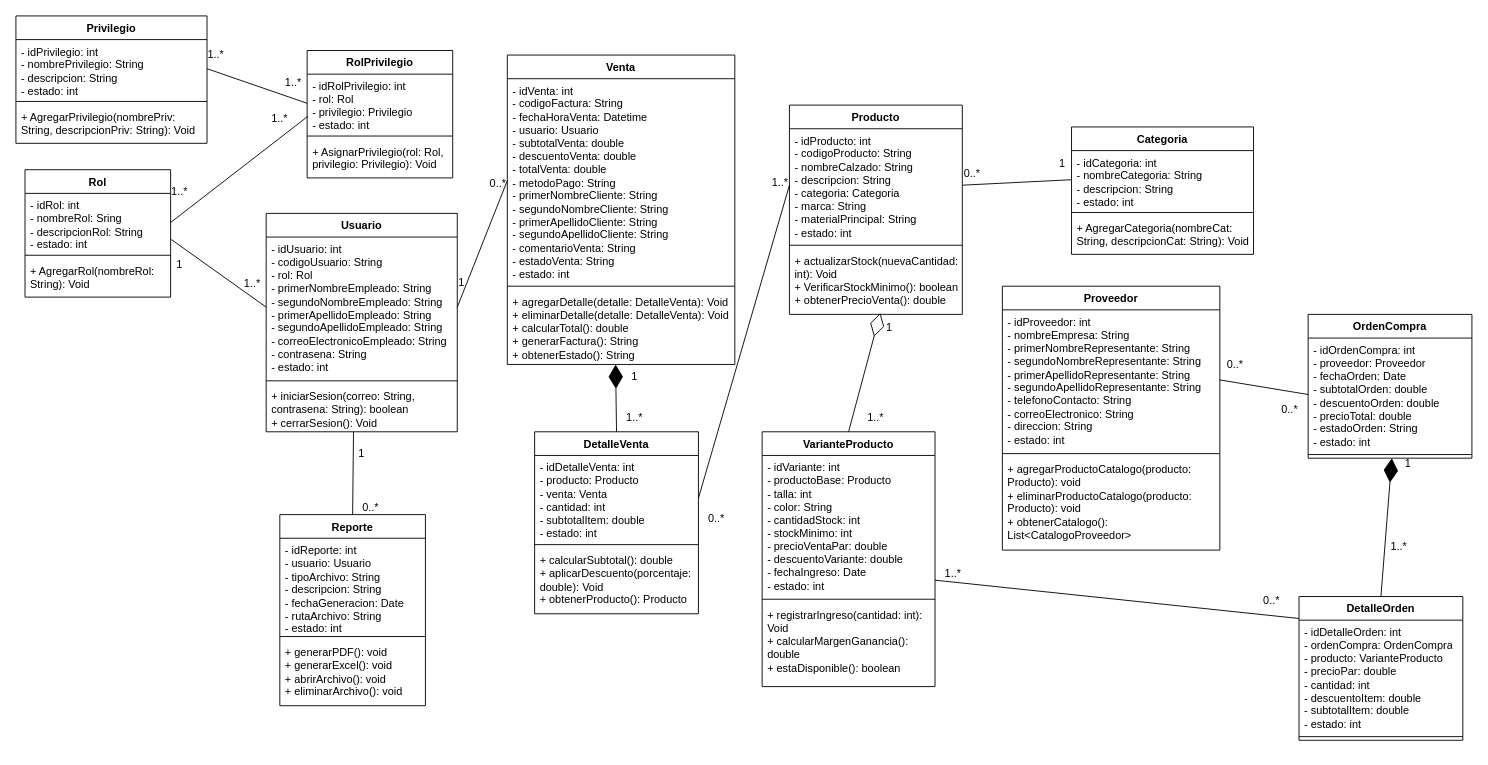
Before: Diagramas/UML/Archivos editables/Diagrama_de_Clases_Zapstock.drawio in Thesub77/sistema-inventario-zapateria-zapstock, a draw.io diagram. Source tidied: cells renumbered, new cells numbered last; positions are measured from the earlier drawing's top-left corner, leaving out a move shared by most shapes. Both pictures are drawn from the tidied source at 91%, with x=0, y=0 at pixel (15, 15).
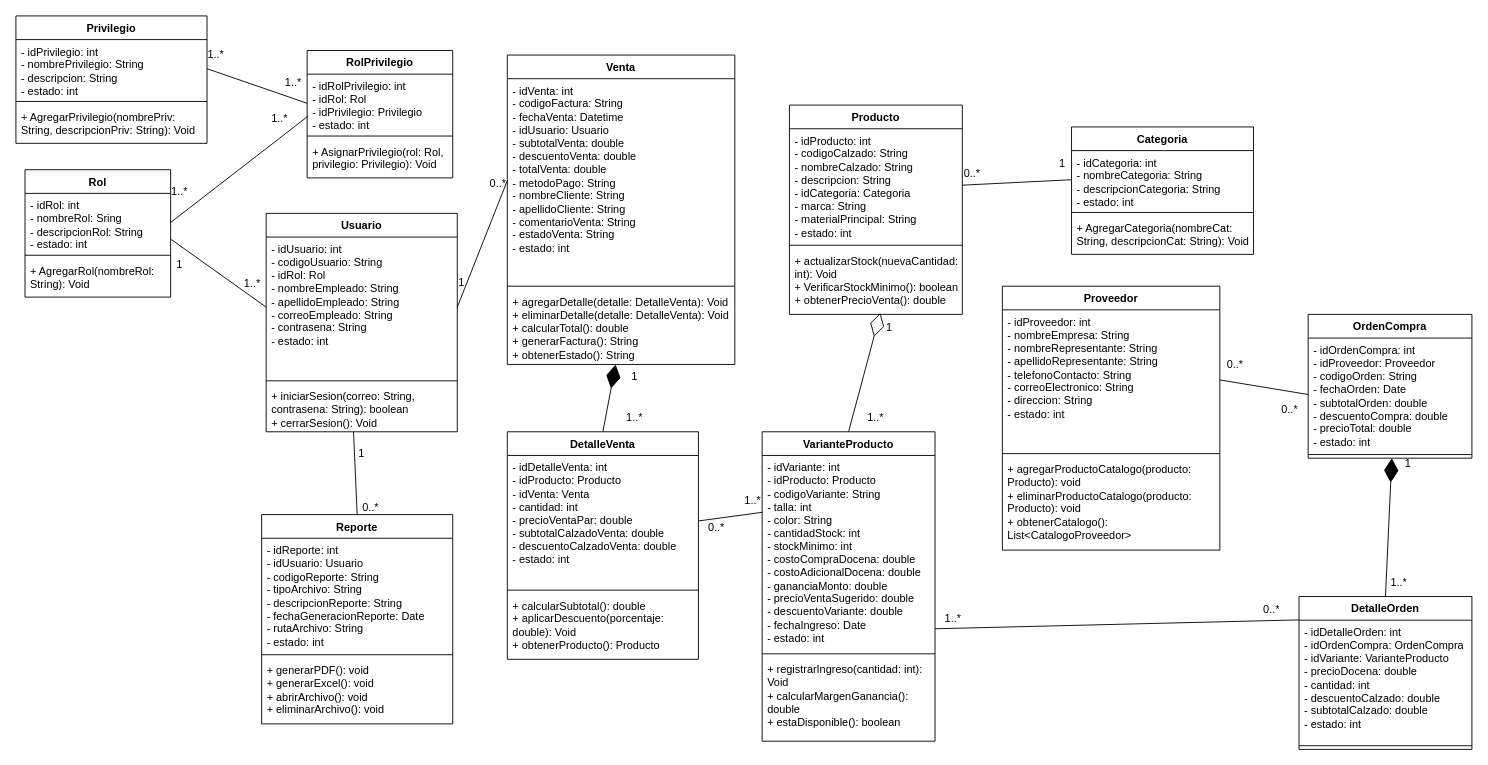
Above is the later version.

Commit message:
refactor(diagrama de clases): Se modificaron los nombres de los atributos para que coincidan con los puestos en las clases del sistema y el modelo ER

The change refers to these unchanged cells:
```xml
<mxCell id="2" value="Producto" style="swimlane;fontStyle=1;align=center;verticalAlign=top;horizontal=1;startSize=26;whiteSpace=wrap;html=1;" parent="1" vertex="1">
  <mxGeometry x="850" y="98" width="190" height="230" as="geometry" />
</mxCell>
<mxCell id="6" value="Categoria" style="swimlane;fontStyle=1;align=center;verticalAlign=top;horizontal=1;startSize=26;whiteSpace=wrap;html=1;" parent="1" vertex="1">
  <mxGeometry x="1160" y="122" width="200" height="140" as="geometry" />
</mxCell>
<mxCell id="13" value="OrdenCompra" style="swimlane;fontStyle=1;align=center;verticalAlign=top;horizontal=1;startSize=26;whiteSpace=wrap;html=1;" parent="1" vertex="1">
  <mxGeometry x="1420" y="328" width="180" height="158" as="geometry" />
</mxCell>
<mxCell id="20" value="Proveedor" style="swimlane;fontStyle=1;align=center;verticalAlign=top;horizontal=1;startSize=26;whiteSpace=wrap;html=1;" parent="1" vertex="1">
  <mxGeometry x="1084" y="297" width="239" height="290" as="geometry" />
</mxCell>
<mxCell id="24" value="Usuario" style="swimlane;fontStyle=1;align=center;verticalAlign=top;horizontal=1;startSize=26;whiteSpace=wrap;html=1;" parent="1" vertex="1">
  <mxGeometry x="275" y="217" width="210" height="240" as="geometry" />
</mxCell>
<mxCell id="32" value="Venta" style="swimlane;fontStyle=1;align=center;verticalAlign=top;horizontal=1;startSize=26;whiteSpace=wrap;html=1;" parent="1" vertex="1">
  <mxGeometry x="540" y="43" width="250" height="340" as="geometry" />
</mxCell>
<mxCell id="48" value="RolPrivilegio" style="swimlane;fontStyle=1;align=center;verticalAlign=top;horizontal=1;startSize=26;whiteSpace=wrap;html=1;" parent="1" vertex="1">
  <mxGeometry x="320" y="38" width="160" height="140" as="geometry" />
</mxCell>
```

The edit, as a diff of the source:
```diff
@@
-    <mxCell id="3" value="&lt;div&gt;- idProducto: int&lt;/div&gt;- codigoProducto: String&lt;div&gt;- nombreCalzado: String&lt;/div&gt;&lt;div&gt;- descripcion: String&lt;/div&gt;&lt;div&gt;- categoria: Categoria&lt;/div&gt;&lt;div&gt;- marca: String&lt;/div&gt;&lt;div&gt;- materialPrincipal: String&lt;/div&gt;&lt;div&gt;- estado: int&lt;/div&gt;" style="text;strokeColor=none;fillColor=none;align=left;verticalAlign=top;spacingLeft=4;spacingRight=4;overflow=hidden;points=[[0,0.5],[1,0.5]];portConstraint=eastwest;whiteSpace=wrap;html=1;" parent="2" vertex="1">
+    <mxCell id="3" value="&lt;div&gt;- idProducto: int&lt;/div&gt;- codigoCalzado: String&lt;div&gt;- nombreCalzado: String&lt;/div&gt;&lt;div&gt;- descripcion: String&lt;/div&gt;&lt;div&gt;- idCategoria: Categoria&lt;/div&gt;&lt;div&gt;- marca: String&lt;/div&gt;&lt;div&gt;- materialPrincipal: String&lt;/div&gt;&lt;div&gt;- estado: int&lt;/div&gt;" style="text;strokeColor=none;fillColor=none;align=left;verticalAlign=top;spacingLeft=4;spacingRight=4;overflow=hidden;points=[[0,0.5],[1,0.5]];portConstraint=eastwest;whiteSpace=wrap;html=1;" parent="2" vertex="1">
       <mxGeometry y="26" width="190" height="124" as="geometry" />
     </mxCell>
@@
-    <mxCell id="7" value="&lt;div&gt;- idCategoria: int&lt;/div&gt;&lt;div&gt;- nombreCategoria: String&lt;/div&gt;&lt;div&gt;- descripcion: String&lt;/div&gt;&lt;div&gt;- estado: int&lt;/div&gt;" style="text;strokeColor=none;fillColor=none;align=left;verticalAlign=top;spacingLeft=4;spacingRight=4;overflow=hidden;points=[[0,0.5],[1,0.5]];portConstraint=eastwest;whiteSpace=wrap;html=1;" parent="6" vertex="1">
+    <mxCell id="7" value="&lt;div&gt;- idCategoria: int&lt;/div&gt;&lt;div&gt;- nombreCategoria: String&lt;/div&gt;&lt;div&gt;- descripcionCategoria: String&lt;/div&gt;&lt;div&gt;- estado: int&lt;/div&gt;" style="text;strokeColor=none;fillColor=none;align=left;verticalAlign=top;spacingLeft=4;spacingRight=4;overflow=hidden;points=[[0,0.5],[1,0.5]];portConstraint=eastwest;whiteSpace=wrap;html=1;" parent="6" vertex="1">
       <mxGeometry y="26" width="200" height="64" as="geometry" />
     </mxCell>
@@
     <mxCell id="10" value="DetalleOrden" style="swimlane;fontStyle=1;align=center;verticalAlign=top;horizontal=1;startSize=26;whiteSpace=wrap;html=1;" parent="1" vertex="1">
-      <mxGeometry x="1410" y="638" width="180" height="158" as="geometry" />
+      <mxGeometry x="1410" y="638" width="190" height="168" as="geometry" />
     </mxCell>
-    <mxCell id="11" value="- idDetalleOrden: int&lt;div&gt;- ordenCompra: OrdenCompra&lt;br&gt;&lt;div&gt;- producto: VarianteProducto&lt;/div&gt;&lt;div&gt;- precioPar: double&lt;/div&gt;&lt;div&gt;- cantidad: int&lt;/div&gt;&lt;div&gt;- descuentoItem: double&lt;/div&gt;&lt;/div&gt;&lt;div&gt;- subtotalItem: double&lt;/div&gt;&lt;div&gt;- estado: int&lt;/div&gt;" style="text;strokeColor=none;fillColor=none;align=left;verticalAlign=top;spacingLeft=4;spacingRight=4;overflow=hidden;whiteSpace=wrap;html=1;" parent="10" vertex="1">
-      <mxGeometry y="26" width="180" height="124" as="geometry" />
+    <mxCell id="11" value="- idDetalleOrden: int&lt;div&gt;- idOrdenCompra: OrdenCompra&lt;br&gt;&lt;div&gt;- idVariante: VarianteProducto&lt;/div&gt;&lt;div&gt;- precioDocena: double&lt;/div&gt;&lt;div&gt;- cantidad: int&lt;/div&gt;&lt;div&gt;- descuentoCalzado: double&lt;/div&gt;&lt;/div&gt;&lt;div&gt;- subtotalCalzado: double&lt;/div&gt;&lt;div&gt;- estado: int&lt;/div&gt;" style="text;strokeColor=none;fillColor=none;align=left;verticalAlign=top;spacingLeft=4;spacingRight=4;overflow=hidden;whiteSpace=wrap;html=1;" parent="10" vertex="1">
+      <mxGeometry y="26" width="190" height="134" as="geometry" />
     </mxCell>
     <mxCell id="12" style="line;strokeWidth=1;fillColor=none;align=left;verticalAlign=middle;spacingTop=-1;spacingLeft=3;spacingRight=3;labelPosition=right;strokeColor=inherit;" parent="10" vertex="1">
-      <mxGeometry y="150" width="180" height="8" as="geometry" />
+      <mxGeometry y="160" width="190" height="8" as="geometry" />
     </mxCell>
@@
-    <mxCell id="14" value="&lt;div&gt;- idOrdenCompra: int&lt;/div&gt;&lt;div&gt;- proveedor: Proveedor&lt;/div&gt;&lt;div&gt;- fechaOrden: Date&lt;/div&gt;&lt;div&gt;- subtotalOrden: double&lt;/div&gt;&lt;div&gt;- descuentoOrden: double&lt;/div&gt;&lt;div&gt;- precioTotal: double&lt;/div&gt;&lt;div&gt;- estadoOrden: String&lt;/div&gt;&lt;div&gt;- estado: int&lt;/div&gt;" style="text;strokeColor=none;fillColor=none;align=left;verticalAlign=top;spacingLeft=4;spacingRight=4;overflow=hidden;points=[[0,0.5],[1,0.5]];portConstraint=eastwest;whiteSpace=wrap;html=1;" parent="13" vertex="1">
+    <mxCell id="14" value="&lt;div&gt;- idOrdenCompra: int&lt;/div&gt;&lt;div&gt;- idProveedor: Proveedor&lt;/div&gt;&lt;div&gt;- codigoOrden: String&lt;/div&gt;&lt;div&gt;- fechaOrden: Date&lt;/div&gt;&lt;div&gt;- subtotalOrden: double&lt;/div&gt;&lt;div&gt;- descuentoCompra: double&lt;/div&gt;&lt;div&gt;- precioTotal: double&lt;/div&gt;&lt;div&gt;- estado: int&lt;/div&gt;" style="text;strokeColor=none;fillColor=none;align=left;verticalAlign=top;spacingLeft=4;spacingRight=4;overflow=hidden;points=[[0,0.5],[1,0.5]];portConstraint=eastwest;whiteSpace=wrap;html=1;" parent="13" vertex="1">
       <mxGeometry y="26" width="180" height="124" as="geometry" />
     </mxCell>
@@
-    <mxCell id="21" value="&lt;div&gt;- idProveedor: int&lt;/div&gt;&lt;div&gt;- nombreEmpresa: String&lt;/div&gt;&lt;div&gt;- primerNombreRepresentante: String&lt;/div&gt;&lt;div&gt;- segundoNombreRepresentante: String&lt;/div&gt;&lt;div&gt;- primerApellidoRepresentante: String&lt;/div&gt;&lt;div&gt;- segundoApellidoRepresentante: String&lt;/div&gt;&lt;div&gt;- telefonoContacto: String&lt;/div&gt;&lt;div&gt;- correoElectronico: String&lt;/div&gt;&lt;div&gt;- direccion: String&lt;/div&gt;&lt;div&gt;&lt;span style=&quot;background-color: transparent; color: light-dark(rgb(0, 0, 0), rgb(255, 255, 255));&quot;&gt;- estado: int&lt;/span&gt;&lt;/div&gt;" style="text;strokeColor=none;fillColor=none;align=left;verticalAlign=top;spacingLeft=4;spacingRight=4;overflow=hidden;points=[[0,0.5],[1,0.5]];portConstraint=eastwest;whiteSpace=wrap;html=1;" parent="20" vertex="1">
+    <mxCell id="21" value="&lt;div&gt;- idProveedor: int&lt;/div&gt;&lt;div&gt;- nombreEmpresa: String&lt;/div&gt;&lt;div&gt;- nombreRepresentante: String&lt;/div&gt;&lt;div&gt;- apellidoRepresentante: String&lt;/div&gt;&lt;div&gt;- telefonoContacto: String&lt;/div&gt;&lt;div&gt;- correoElectronico: String&lt;/div&gt;&lt;div&gt;- direccion: String&lt;/div&gt;&lt;div&gt;&lt;span style=&quot;background-color: transparent; color: light-dark(rgb(0, 0, 0), rgb(255, 255, 255));&quot;&gt;- estado: int&lt;/span&gt;&lt;/div&gt;" style="text;strokeColor=none;fillColor=none;align=left;verticalAlign=top;spacingLeft=4;spacingRight=4;overflow=hidden;points=[[0,0.5],[1,0.5]];portConstraint=eastwest;whiteSpace=wrap;html=1;" parent="20" vertex="1">
       <mxGeometry y="26" width="239" height="154" as="geometry" />
     </mxCell>
@@
-    <mxCell id="25" value="&lt;div&gt;- idUsuario: int&lt;/div&gt;- codigoUsuario: String&lt;div&gt;- rol: Rol&lt;br&gt;&lt;div&gt;- primerNombreEmpleado: String&lt;/div&gt;&lt;div&gt;- segundoNombreEmpleado: String&lt;/div&gt;&lt;div&gt;- primerApellidoEmpleado: String&lt;/div&gt;&lt;div&gt;- segundoApellidoEmpleado: String&lt;/div&gt;&lt;div&gt;- correoElectronicoEmpleado: String&lt;/div&gt;&lt;div&gt;- contrasena: String&lt;/div&gt;&lt;/div&gt;&lt;div&gt;- estado: int&lt;/div&gt;" style="text;strokeColor=none;fillColor=none;align=left;verticalAlign=top;spacingLeft=4;spacingRight=4;overflow=hidden;points=[[0,0.5],[1,0.5]];portConstraint=eastwest;whiteSpace=wrap;html=1;" parent="24" vertex="1">
+    <mxCell id="25" value="&lt;div&gt;- idUsuario: int&lt;/div&gt;- codigoUsuario: String&lt;div&gt;- idRol: Rol&lt;br&gt;&lt;div&gt;- nombreEmpleado: String&lt;/div&gt;&lt;div&gt;- apellidoEmpleado: String&lt;/div&gt;&lt;div&gt;- correoEmpleado: String&lt;/div&gt;&lt;div&gt;- contrasena: String&lt;/div&gt;&lt;/div&gt;&lt;div&gt;- estado: int&lt;/div&gt;" style="text;strokeColor=none;fillColor=none;align=left;verticalAlign=top;spacingLeft=4;spacingRight=4;overflow=hidden;points=[[0,0.5],[1,0.5]];portConstraint=eastwest;whiteSpace=wrap;html=1;" parent="24" vertex="1">
       <mxGeometry y="26" width="210" height="154" as="geometry" />
     </mxCell>
@@
     <mxCell id="28" value="DetalleVenta" style="swimlane;fontStyle=1;align=center;verticalAlign=top;horizontal=1;startSize=26;whiteSpace=wrap;html=1;" parent="1" vertex="1">
-      <mxGeometry x="570" y="457" width="180" height="200" as="geometry" />
+      <mxGeometry x="540" y="457" width="210" height="250" as="geometry" />
     </mxCell>
-    <mxCell id="29" value="- idDetalleVenta: int&lt;div&gt;- producto: Producto&lt;/div&gt;&lt;div&gt;- venta: Venta&lt;/div&gt;&lt;div&gt;- cantidad: int&lt;/div&gt;&lt;div&gt;- subtotalItem: double&lt;/div&gt;&lt;div&gt;- estado: int&lt;/div&gt;" style="text;strokeColor=none;fillColor=none;align=left;verticalAlign=top;spacingLeft=4;spacingRight=4;overflow=hidden;points=[[0,0.5],[1,0.5]];portConstraint=eastwest;whiteSpace=wrap;html=1;" parent="28" vertex="1">
-      <mxGeometry y="26" width="180" height="94" as="geometry" />
+    <mxCell id="29" value="- idDetalleVenta: int&lt;div&gt;- idProducto: Producto&lt;/div&gt;&lt;div&gt;- idVenta: Venta&lt;/div&gt;&lt;div&gt;- cantidad: int&lt;/div&gt;&lt;div&gt;- precioVentaPar: double&lt;/div&gt;&lt;div&gt;- subtotalCalzadoVenta: double&lt;/div&gt;&lt;div&gt;- descuentoCalzadoVenta: double&lt;/div&gt;&lt;div&gt;- estado: int&lt;/div&gt;" style="text;strokeColor=none;fillColor=none;align=left;verticalAlign=top;spacingLeft=4;spacingRight=4;overflow=hidden;points=[[0,0.5],[1,0.5]];portConstraint=eastwest;whiteSpace=wrap;html=1;" parent="28" vertex="1">
+      <mxGeometry y="26" width="210" height="144" as="geometry" />
     </mxCell>
     <mxCell id="30" style="line;strokeWidth=1;fillColor=none;align=left;verticalAlign=middle;spacingTop=-1;spacingLeft=3;spacingRight=3;labelPosition=right;strokeColor=inherit;" parent="28" vertex="1">
-      <mxGeometry y="120" width="180" height="8" as="geometry" />
+      <mxGeometry y="170" width="210" height="8" as="geometry" />
     </mxCell>
     <mxCell id="31" value="+ calcularSubtotal(): double&lt;div&gt;&lt;div&gt;+ aplicarDescuento(porcentaje: double): Void&lt;/div&gt;&lt;div&gt;+ obtenerProducto(): Producto&lt;/div&gt;&lt;/div&gt;" style="text;strokeColor=none;fillColor=none;align=left;verticalAlign=top;spacingLeft=4;spacingRight=4;overflow=hidden;whiteSpace=wrap;html=1;" parent="28" vertex="1">
-      <mxGeometry y="128" width="180" height="72" as="geometry" />
+      <mxGeometry y="178" width="210" height="72" as="geometry" />
     </mxCell>
@@
-    <mxCell id="33" value="&lt;div&gt;- idVenta: int&lt;/div&gt;- codigoFactura: String&lt;div&gt;&lt;div&gt;- fechaHoraVenta: Datetime&lt;/div&gt;&lt;div&gt;- usuario: Usuario&lt;/div&gt;&lt;div&gt;- subtotalVenta: double&lt;/div&gt;&lt;div&gt;- descuentoVenta: double&lt;/div&gt;&lt;div&gt;- totalVenta: double&lt;/div&gt;&lt;div&gt;- metodoPago: String&lt;/div&gt;&lt;div&gt;- primerNombreCliente: String&lt;/div&gt;&lt;div&gt;- segundoNombreCliente: String&lt;/div&gt;&lt;div&gt;- primerApellidoCliente: String&lt;/div&gt;&lt;div&gt;- segundoApellidoCliente: String&lt;/div&gt;&lt;div&gt;- comentarioVenta: String&lt;/div&gt;&lt;div&gt;- estadoVenta: String&lt;/div&gt;&lt;div&gt;- estado: int&lt;/div&gt;&lt;/div&gt;" style="text;strokeColor=none;fillColor=none;align=left;verticalAlign=top;spacingLeft=4;spacingRight=4;overflow=hidden;points=[[0,0.5],[1,0.5]];portConstraint=eastwest;whiteSpace=wrap;html=1;" parent="32" vertex="1">
+    <mxCell id="33" value="&lt;div&gt;- idVenta: int&lt;/div&gt;- codigoFactura: String&lt;div&gt;&lt;div&gt;- fechaVenta: Datetime&lt;/div&gt;&lt;div&gt;- idUsuario: Usuario&lt;/div&gt;&lt;div&gt;- subtotalVenta: double&lt;/div&gt;&lt;div&gt;- descuentoVenta: double&lt;/div&gt;&lt;div&gt;- totalVenta: double&lt;/div&gt;&lt;div&gt;- metodoPago: String&lt;/div&gt;&lt;div&gt;- nombreCliente: String&lt;/div&gt;&lt;div&gt;- apellidoCliente: String&lt;/div&gt;&lt;div&gt;- comentarioVenta: String&lt;/div&gt;&lt;div&gt;- estadoVenta: String&lt;/div&gt;&lt;div&gt;- estado: int&lt;/div&gt;&lt;/div&gt;" style="text;strokeColor=none;fillColor=none;align=left;verticalAlign=top;spacingLeft=4;spacingRight=4;overflow=hidden;points=[[0,0.5],[1,0.5]];portConstraint=eastwest;whiteSpace=wrap;html=1;" parent="32" vertex="1">
       <mxGeometry y="26" width="250" height="224" as="geometry" />
     </mxCell>
@@
     <mxCell id="36" value="Reporte" style="swimlane;fontStyle=1;align=center;verticalAlign=top;horizontal=1;startSize=26;whiteSpace=wrap;html=1;" parent="1" vertex="1">
-      <mxGeometry x="290" y="548" width="160" height="210" as="geometry" />
+      <mxGeometry x="270" y="548" width="210" height="230" as="geometry" />
     </mxCell>
-    <mxCell id="37" value="- idReporte: int&lt;div&gt;- usuario: Usuario&lt;br&gt;&lt;div&gt;- tipoArchivo: String&lt;/div&gt;&lt;div&gt;- descripcion: String&lt;/div&gt;&lt;div&gt;- fechaGeneracion: Date&lt;/div&gt;&lt;div&gt;- rutaArchivo: String&lt;/div&gt;&lt;/div&gt;&lt;div&gt;- estado: int&lt;/div&gt;" style="text;strokeColor=none;fillColor=none;align=left;verticalAlign=top;spacingLeft=4;spacingRight=4;overflow=hidden;whiteSpace=wrap;html=1;" parent="36" vertex="1">
-      <mxGeometry y="26" width="160" height="104" as="geometry" />
+    <mxCell id="37" value="- idReporte: int&lt;div&gt;- idUsuario: Usuario&lt;/div&gt;&lt;div&gt;- codigoReporte: String&lt;br&gt;&lt;div&gt;- tipoArchivo: String&lt;/div&gt;&lt;div&gt;- descripcionReporte: String&lt;/div&gt;&lt;div&gt;- fechaGeneracionReporte: Date&lt;/div&gt;&lt;div&gt;- rutaArchivo: String&lt;/div&gt;&lt;/div&gt;&lt;div&gt;- estado: int&lt;/div&gt;" style="text;strokeColor=none;fillColor=none;align=left;verticalAlign=top;spacingLeft=4;spacingRight=4;overflow=hidden;whiteSpace=wrap;html=1;" parent="36" vertex="1">
+      <mxGeometry y="26" width="210" height="124" as="geometry" />
     </mxCell>
     <mxCell id="38" style="line;strokeWidth=1;fillColor=none;align=left;verticalAlign=middle;spacingTop=-1;spacingLeft=3;spacingRight=3;labelPosition=right;strokeColor=inherit;" parent="36" vertex="1">
-      <mxGeometry y="130" width="160" height="8" as="geometry" />
+      <mxGeometry y="150" width="210" height="8" as="geometry" />
     </mxCell>
     <mxCell id="39" value="&lt;div&gt;+ generarPDF(): void&lt;/div&gt;&lt;div&gt;+ generarExcel(): void&lt;/div&gt;&lt;div&gt;+ abrirArchivo(): void&lt;/div&gt;&lt;div&gt;+ eliminarArchivo(): void&lt;/div&gt;" style="text;strokeColor=none;fillColor=none;align=left;verticalAlign=top;spacingLeft=4;spacingRight=4;overflow=hidden;whiteSpace=wrap;html=1;" parent="36" vertex="1">
-      <mxGeometry y="138" width="160" height="72" as="geometry" />
+      <mxGeometry y="158" width="210" height="72" as="geometry" />
     </mxCell>
@@
     <mxCell id="44" value="VarianteProducto" style="swimlane;fontStyle=1;align=center;verticalAlign=top;horizontal=1;startSize=26;whiteSpace=wrap;html=1;" parent="1" vertex="1">
-      <mxGeometry x="820" y="457" width="190" height="280" as="geometry" />
+      <mxGeometry x="820" y="457" width="190" height="340" as="geometry" />
     </mxCell>
-    <mxCell id="45" value="- idVariante: int&lt;div&gt;- productoBase: Producto&lt;/div&gt;&lt;div&gt;&lt;div&gt;- talla: int&lt;/div&gt;&lt;div&gt;- color: String&lt;/div&gt;&lt;div&gt;- cantidadStock: int&lt;/div&gt;&lt;div&gt;- stockMinimo: int&lt;/div&gt;&lt;div&gt;- precioVentaPar: double&lt;/div&gt;&lt;div&gt;- descuentoVariante: double&lt;/div&gt;&lt;div&gt;- fechaIngreso: Date&lt;/div&gt;&lt;div&gt;- estado: int&lt;/div&gt;&lt;/div&gt;" style="text;strokeColor=none;fillColor=none;align=left;verticalAlign=top;spacingLeft=4;spacingRight=4;overflow=hidden;points=[[0,0.5],[1,0.5]];portConstraint=eastwest;whiteSpace=wrap;html=1;" parent="44" vertex="1">
-      <mxGeometry y="26" width="190" height="154" as="geometry" />
+    <mxCell id="45" value="- idVariante: int&lt;div&gt;- idProducto: Producto&lt;/div&gt;&lt;div&gt;- codigoVariante: String&lt;/div&gt;&lt;div&gt;&lt;div&gt;- talla: int&lt;/div&gt;&lt;div&gt;- color: String&lt;/div&gt;&lt;div&gt;- cantidadStock: int&lt;/div&gt;&lt;div&gt;- stockMinimo: int&lt;/div&gt;&lt;div&gt;- costoCompraDocena: double&lt;/div&gt;&lt;div&gt;- costoAdicionalDocena: double&lt;/div&gt;&lt;div&gt;- gananciaMonto: double&lt;/div&gt;&lt;div&gt;- precioVentaSugerido: double&lt;/div&gt;&lt;div&gt;- descuentoVariante: double&lt;/div&gt;&lt;div&gt;- fechaIngreso: Date&lt;/div&gt;&lt;div&gt;- estado: int&lt;/div&gt;&lt;/div&gt;" style="text;strokeColor=none;fillColor=none;align=left;verticalAlign=top;spacingLeft=4;spacingRight=4;overflow=hidden;points=[[0,0.5],[1,0.5]];portConstraint=eastwest;whiteSpace=wrap;html=1;" parent="44" vertex="1">
+      <mxGeometry y="26" width="190" height="214" as="geometry" />
     </mxCell>
     <mxCell id="46" style="line;strokeWidth=1;fillColor=none;align=left;verticalAlign=middle;spacingTop=-1;spacingLeft=3;spacingRight=3;labelPosition=right;strokeColor=inherit;" parent="44" vertex="1">
-      <mxGeometry y="180" width="190" height="8" as="geometry" />
+      <mxGeometry y="240" width="190" height="8" as="geometry" />
     </mxCell>
     <mxCell id="47" value="&lt;div&gt;+ registrarIngreso(cantidad: int): Void&lt;/div&gt;&lt;div&gt;+ calcularMargenGanancia(): double&lt;/div&gt;&lt;div&gt;+ estaDisponible(): boolean&lt;/div&gt;" style="text;strokeColor=none;fillColor=none;align=left;verticalAlign=top;spacingLeft=4;spacingRight=4;overflow=hidden;whiteSpace=wrap;html=1;" parent="44" vertex="1">
-      <mxGeometry y="188" width="190" height="92" as="geometry" />
+      <mxGeometry y="248" width="190" height="92" as="geometry" />
     </mxCell>
@@
-    <mxCell id="49" value="- idRolPrivilegio: int&lt;div&gt;- rol: Rol&lt;/div&gt;&lt;div&gt;- privilegio: Privilegio&lt;/div&gt;&lt;div&gt;- estado: int&lt;/div&gt;" style="text;strokeColor=none;fillColor=none;align=left;verticalAlign=top;spacingLeft=4;spacingRight=4;overflow=hidden;points=[[0,0.5],[1,0.5]];portConstraint=eastwest;whiteSpace=wrap;html=1;" parent="48" vertex="1">
+    <mxCell id="49" value="- idRolPrivilegio: int&lt;div&gt;- idRol: Rol&lt;/div&gt;&lt;div&gt;- idPrivilegio: Privilegio&lt;/div&gt;&lt;div&gt;- estado: int&lt;/div&gt;" style="text;strokeColor=none;fillColor=none;align=left;verticalAlign=top;spacingLeft=4;spacingRight=4;overflow=hidden;points=[[0,0.5],[1,0.5]];portConstraint=eastwest;whiteSpace=wrap;html=1;" parent="48" vertex="1">
       <mxGeometry y="26" width="160" height="64" as="geometry" />
     </mxCell>
@@
-    <mxCell id="60" style="endArrow=none;html=1;rounded=0;exitX=1;exitY=0.5;exitDx=0;exitDy=0;entryX=0;entryY=0.5;entryDx=0;entryDy=0;" parent="1" edge="1" source="29" target="3">
+    <mxCell id="60" style="endArrow=none;html=1;rounded=0;exitX=1;exitY=0.5;exitDx=0;exitDy=0;entryX=0;entryY=0.292;entryDx=0;entryDy=0;entryPerimeter=0;" parent="1" edge="1" source="29" target="45">
       <mxGeometry relative="1" as="geometry" />
     </mxCell>
@@
     <mxCell id="73" value="1..*" style="text;html=1;whiteSpace=wrap;strokeColor=none;fillColor=none;align=center;verticalAlign=middle;rounded=0;" parent="1" vertex="1">
-      <mxGeometry x="810" y="168" width="60" height="30" as="geometry" />
+      <mxGeometry x="780" y="518" width="60" height="30" as="geometry" />
     </mxCell>
     <mxCell id="74" value="0..*" style="text;html=1;whiteSpace=wrap;strokeColor=none;fillColor=none;align=center;verticalAlign=middle;rounded=0;" parent="1" vertex="1">
-      <mxGeometry x="740" y="538" width="60" height="30" as="geometry" />
+      <mxGeometry x="740" y="548" width="60" height="30" as="geometry" />
     </mxCell>
@@
     <mxCell id="85" value="1..*" style="text;html=1;whiteSpace=wrap;strokeColor=none;fillColor=none;align=center;verticalAlign=middle;rounded=0;" parent="1" vertex="1">
-      <mxGeometry x="1490" y="568" width="60" height="30" as="geometry" />
+      <mxGeometry x="1490" y="608" width="60" height="30" as="geometry" />
     </mxCell>
     <mxCell id="86" value="1..*" style="text;html=1;whiteSpace=wrap;strokeColor=none;fillColor=none;align=center;verticalAlign=middle;rounded=0;" parent="1" vertex="1">
-      <mxGeometry x="1000" y="598" width="60" height="30" as="geometry" />
+      <mxGeometry x="1000" y="648" width="60" height="30" as="geometry" />
     </mxCell>
     <mxCell id="87" value="0..*" style="text;html=1;whiteSpace=wrap;strokeColor=none;fillColor=none;align=center;verticalAlign=middle;rounded=0;" parent="1" vertex="1">
-      <mxGeometry x="1350" y="628" width="60" height="30" as="geometry" />
+      <mxGeometry x="1350" y="638" width="60" height="30" as="geometry" />
     </mxCell>
```
